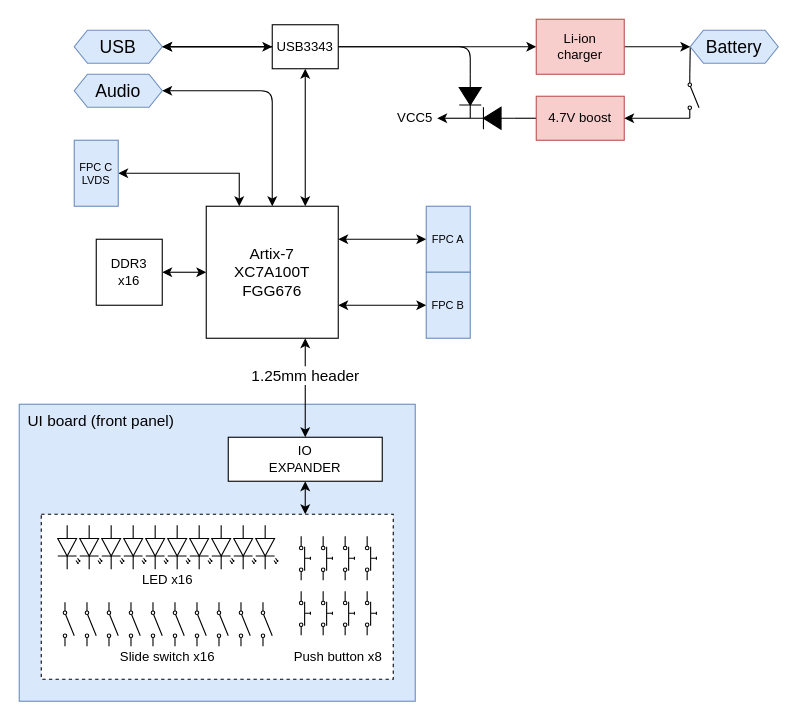
The draw.io diagram diagrams/artix_baseboard.drawio in gabriel-tenma-white/sdr6, before the edit. Source tidied: cells renumbered, new cells numbered last; positions are measured from the earlier drawing's top-left corner, leaving out a move shared by most shapes. Both pictures are drawn from the tidied source at 110%, with x=0, y=0 at pixel (19, 19).
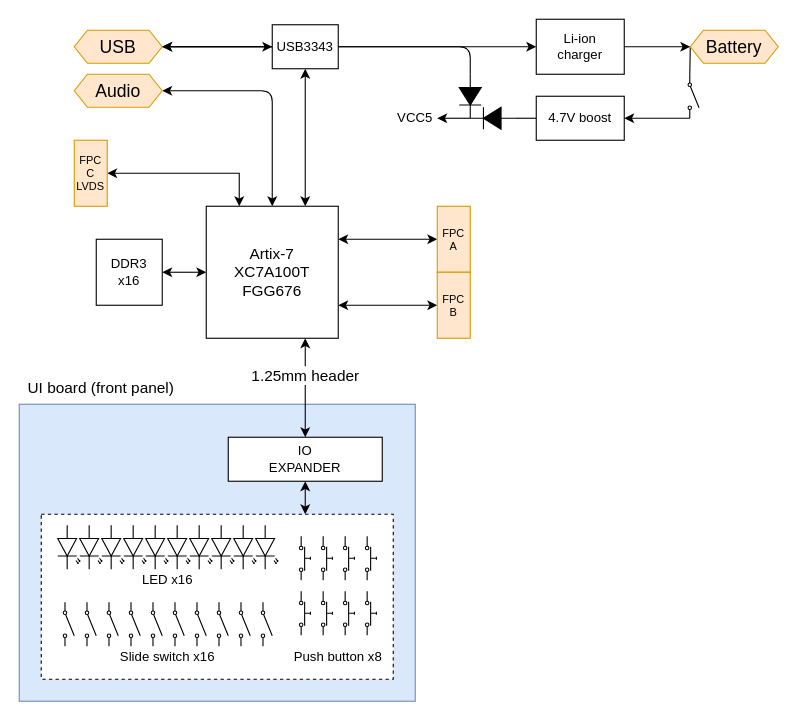
The same page after the edit.

Commit message (it also covers changes not shown here):
artix_baseboard wip

What changed in the source:
```diff
@@
-    <mxCell id="10" value="FPC A" style="rounded=0;whiteSpace=wrap;html=1;fontSize=10;align=center;fillColor=#dae8fc;strokeColor=#6c8ebf;" parent="1" vertex="1">
-      <mxGeometry x="370" y="170" width="40" height="60" as="geometry" />
+    <mxCell id="10" value="FPC&lt;br&gt;A" style="rounded=0;whiteSpace=wrap;html=1;fontSize=10;align=center;fillColor=#ffe6cc;strokeColor=#d79b00;" parent="1" vertex="1">
+      <mxGeometry x="380" y="170" width="30" height="60" as="geometry" />
     </mxCell>
-    <mxCell id="11" value="FPC B" style="rounded=0;whiteSpace=wrap;html=1;fontSize=10;align=center;fillColor=#dae8fc;strokeColor=#6c8ebf;" parent="1" vertex="1">
-      <mxGeometry x="370" y="230" width="40" height="60" as="geometry" />
+    <mxCell id="11" value="FPC&lt;br&gt;B" style="rounded=0;whiteSpace=wrap;html=1;fontSize=10;align=center;fillColor=#ffe6cc;strokeColor=#d79b00;" parent="1" vertex="1">
+      <mxGeometry x="380" y="230" width="30" height="60" as="geometry" />
     </mxCell>
-    <mxCell id="12" value="FPC C&lt;br&gt;LVDS" style="rounded=0;whiteSpace=wrap;html=1;fontSize=10;align=center;fillColor=#dae8fc;strokeColor=#6c8ebf;" parent="1" vertex="1">
-      <mxGeometry x="50" y="110" width="40" height="60" as="geometry" />
+    <mxCell id="12" value="FPC&lt;br&gt;C&lt;br&gt;LVDS" style="rounded=0;whiteSpace=wrap;html=1;fontSize=10;align=center;fillColor=#ffe6cc;strokeColor=#d79b00;" parent="1" vertex="1">
+      <mxGeometry x="50" y="110" width="30" height="60" as="geometry" />
     </mxCell>
@@
     <mxCell id="15" value="UI board (front panel)" style="text;html=1;strokeColor=none;fillColor=none;align=left;verticalAlign=middle;whiteSpace=wrap;rounded=0;fontSize=14;spacingLeft=6;" parent="1" vertex="1">
-      <mxGeometry y="350" width="160" height="30" as="geometry" />
+      <mxGeometry y="320" width="160" height="30" as="geometry" />
     </mxCell>
@@
-    <mxCell id="54" value="Audio" style="shape=hexagon;perimeter=hexagonPerimeter2;whiteSpace=wrap;html=1;fontSize=16;size=0.15;fillColor=#dae8fc;strokeColor=#6c8ebf;" parent="1" vertex="1">
+    <mxCell id="54" value="Audio" style="shape=hexagon;perimeter=hexagonPerimeter2;whiteSpace=wrap;html=1;fontSize=16;size=0.15;fillColor=#ffe6cc;strokeColor=#d79b00;" parent="1" vertex="1">
       <mxGeometry x="50" y="50" width="80" height="30" as="geometry" />
     </mxCell>
@@
-    <mxCell id="57" value="USB" style="shape=hexagon;perimeter=hexagonPerimeter2;whiteSpace=wrap;html=1;fontSize=16;size=0.15;fillColor=#dae8fc;strokeColor=#6c8ebf;" parent="1" vertex="1">
+    <mxCell id="57" value="USB" style="shape=hexagon;perimeter=hexagonPerimeter2;whiteSpace=wrap;html=1;fontSize=16;size=0.15;fillColor=#ffe6cc;strokeColor=#d79b00;" parent="1" vertex="1">
       <mxGeometry x="50" y="10" width="80" height="30" as="geometry" />
     </mxCell>
@@
-    <mxCell id="61" value="Li-ion&lt;br&gt;charger" style="rounded=0;whiteSpace=wrap;html=1;fontSize=12;align=center;fillColor=#f8cecc;strokeColor=#b85450;" parent="1" vertex="1">
+    <mxCell id="61" value="Li-ion&lt;br&gt;charger" style="rounded=0;whiteSpace=wrap;html=1;fontSize=12;align=center;" parent="1" vertex="1">
       <mxGeometry x="470" width="80" height="50" as="geometry" />
     </mxCell>
@@
-    <mxCell id="63" value="Battery" style="shape=hexagon;perimeter=hexagonPerimeter2;whiteSpace=wrap;html=1;fontSize=16;size=0.15;fillColor=#dae8fc;strokeColor=#6c8ebf;" parent="1" vertex="1">
+    <mxCell id="63" value="Battery" style="shape=hexagon;perimeter=hexagonPerimeter2;whiteSpace=wrap;html=1;fontSize=16;size=0.15;fillColor=#ffe6cc;strokeColor=#d79b00;" parent="1" vertex="1">
       <mxGeometry x="610" y="10" width="80" height="30" as="geometry" />
     </mxCell>
@@
-    <mxCell id="65" value="4.7V boost" style="rounded=0;whiteSpace=wrap;html=1;fontSize=12;align=center;fillColor=#f8cecc;strokeColor=#b85450;" parent="1" vertex="1">
+    <mxCell id="65" value="4.7V boost" style="rounded=0;whiteSpace=wrap;html=1;fontSize=12;align=center;" parent="1" vertex="1">
       <mxGeometry x="470" y="70" width="80" height="40" as="geometry" />
     </mxCell>
```
